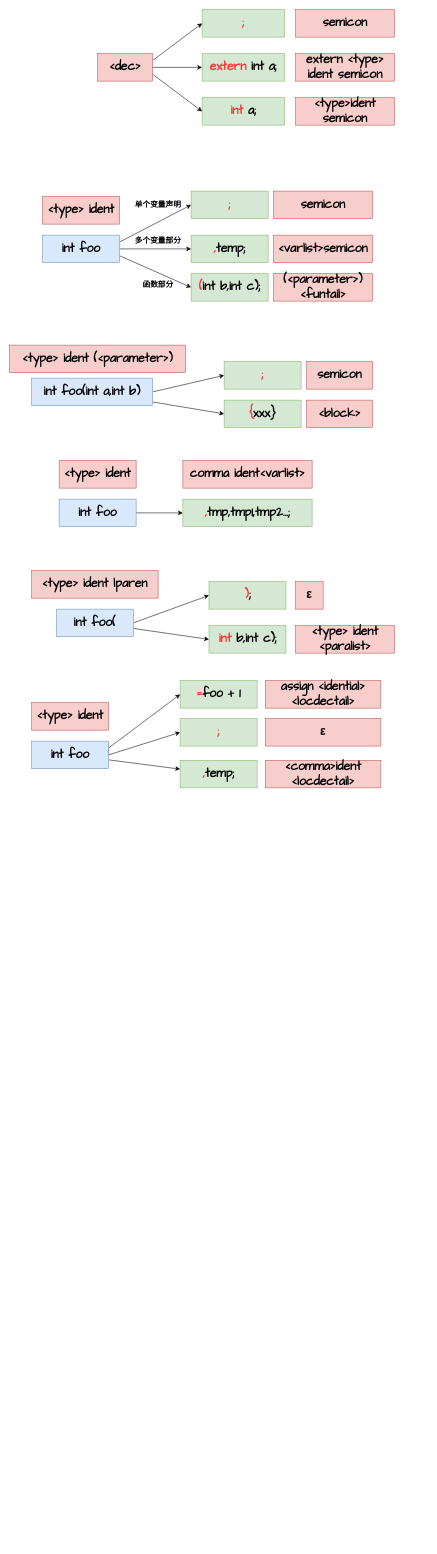
Before: document/src/递归下降.drawio in djh-sudo/tiny-C-Compiler, a draw.io diagram. Source tidied: cells renumbered, new cells numbered last; positions are measured from the earlier drawing's top-left corner, leaving out a move shared by most shapes. Both pictures are drawn from the tidied source at 55%, with x=0, y=0 at pixel (9, 9).
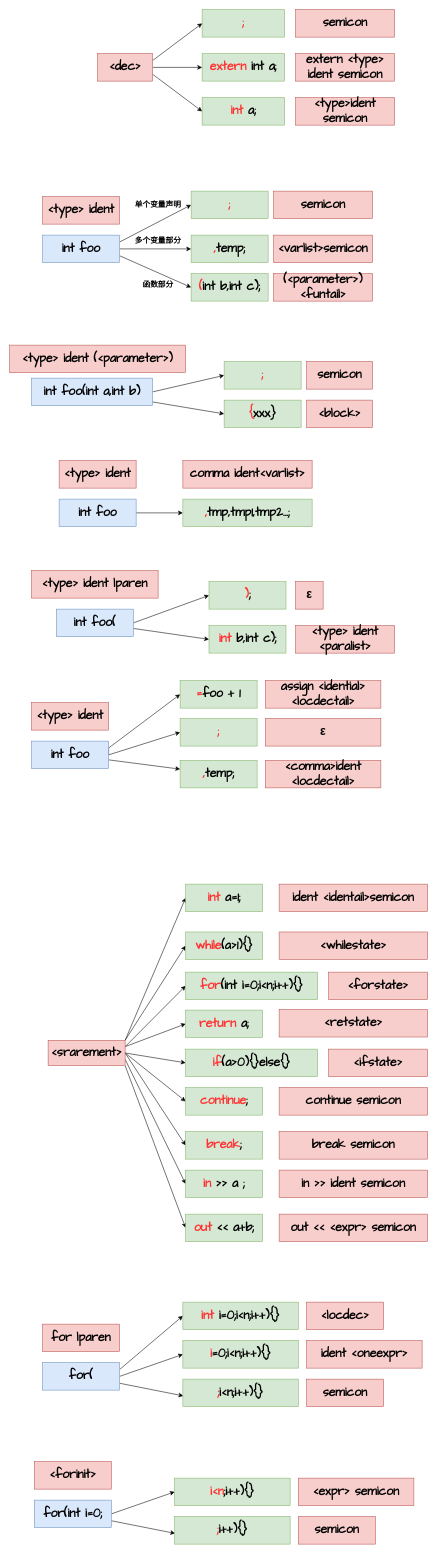
After the change.

What changed in the source:
```diff
@@
+    <mxCell id="58" style="rounded=0;jettySize=auto;html=1;entryX=0;entryY=0.5;entryDx=0;entryDy=0;exitX=1;exitY=0;exitDx=0;exitDy=0;" parent="1" edge="1" source="67" target="68">
+      <mxGeometry relative="1" as="geometry" />
+    </mxCell>
+    <mxCell id="59" style="edgeStyle=none;rounded=0;jettySize=auto;html=1;exitX=1;exitY=0;exitDx=0;exitDy=0;entryX=0;entryY=0.5;entryDx=0;entryDy=0;" parent="1" edge="1" source="67" target="69">
+      <mxGeometry relative="1" as="geometry" />
+    </mxCell>
+    <mxCell id="60" style="edgeStyle=none;rounded=0;jettySize=auto;html=1;exitX=1;exitY=0.25;exitDx=0;exitDy=0;entryX=0;entryY=0.5;entryDx=0;entryDy=0;" parent="1" edge="1" source="67" target="70">
+      <mxGeometry relative="1" as="geometry" />
+    </mxCell>
+    <mxCell id="61" style="edgeStyle=none;rounded=0;jettySize=auto;html=1;exitX=1;exitY=0.25;exitDx=0;exitDy=0;entryX=0;entryY=0.5;entryDx=0;entryDy=0;" parent="1" edge="1" source="67" target="71">
+      <mxGeometry relative="1" as="geometry" />
+    </mxCell>
+    <mxCell id="62" style="edgeStyle=none;rounded=0;jettySize=auto;html=1;exitX=1;exitY=0.5;exitDx=0;exitDy=0;entryX=0;entryY=0.5;entryDx=0;entryDy=0;" parent="1" edge="1" source="67" target="72">
+      <mxGeometry relative="1" as="geometry" />
+    </mxCell>
+    <mxCell id="63" style="edgeStyle=none;rounded=0;jettySize=auto;html=1;exitX=1;exitY=0.5;exitDx=0;exitDy=0;entryX=0;entryY=0.5;entryDx=0;entryDy=0;" parent="1" edge="1" source="67" target="73">
+      <mxGeometry relative="1" as="geometry" />
+    </mxCell>
+    <mxCell id="64" style="edgeStyle=none;rounded=0;jettySize=auto;html=1;exitX=1;exitY=0.75;exitDx=0;exitDy=0;entryX=0;entryY=0.5;entryDx=0;entryDy=0;" parent="1" edge="1" source="67" target="74">
+      <mxGeometry relative="1" as="geometry" />
+    </mxCell>
+    <mxCell id="65" style="edgeStyle=none;rounded=0;jettySize=auto;html=1;exitX=1;exitY=1;exitDx=0;exitDy=0;entryX=0;entryY=0.5;entryDx=0;entryDy=0;" parent="1" edge="1" source="67" target="75">
+      <mxGeometry relative="1" as="geometry" />
+    </mxCell>
+    <mxCell id="66" style="edgeStyle=none;rounded=0;jettySize=auto;html=1;exitX=1;exitY=0.5;exitDx=0;exitDy=0;entryX=0;entryY=0.5;entryDx=0;entryDy=0;" parent="1" edge="1" source="67" target="84">
+      <mxGeometry relative="1" as="geometry" />
+    </mxCell>
+    <mxCell id="67" value="&lt;font face=&quot;Comic Sans MS&quot;&gt;&lt;span style=&quot;font-size: 22px&quot;&gt;&lt;b&gt;&amp;lt;srarement&amp;gt;&lt;/b&gt;&lt;/span&gt;&lt;/font&gt;" style="rounded=0;whiteSpace=wrap;html=1;fillColor=#f8cecc;strokeColor=#b85450;" parent="1" vertex="1">
+      <mxGeometry x="70" y="1874" width="140" height="46" as="geometry" />
+    </mxCell>
+    <mxCell id="68" value="&lt;font face=&quot;Comic Sans MS&quot;&gt;&lt;span style=&quot;font-size: 22px&quot;&gt;&lt;b&gt;&lt;font color=&quot;#ff3333&quot;&gt;int&lt;/font&gt; a=1;&lt;/b&gt;&lt;/span&gt;&lt;/font&gt;" style="rounded=0;whiteSpace=wrap;html=1;fillColor=#d5e8d4;strokeColor=#82b366;" parent="1" vertex="1">
+      <mxGeometry x="320" y="1590" width="140" height="50" as="geometry" />
+    </mxCell>
+    <mxCell id="69" value="&lt;font face=&quot;Comic Sans MS&quot;&gt;&lt;span style=&quot;font-size: 22px&quot;&gt;&lt;b&gt;&lt;font color=&quot;#ff3333&quot;&gt;while&lt;/font&gt;(a&amp;gt;1){}&lt;/b&gt;&lt;/span&gt;&lt;/font&gt;" style="rounded=0;whiteSpace=wrap;html=1;fillColor=#d5e8d4;strokeColor=#82b366;" parent="1" vertex="1">
+      <mxGeometry x="320" y="1677" width="140" height="50" as="geometry" />
+    </mxCell>
+    <mxCell id="70" value="&lt;font face=&quot;Comic Sans MS&quot;&gt;&lt;span style=&quot;font-size: 22px&quot;&gt;&lt;b&gt;&lt;font color=&quot;#ff3333&quot;&gt;for&lt;/font&gt;(int i=0;i&amp;lt;n;i++){}&lt;/b&gt;&lt;/span&gt;&lt;/font&gt;" style="rounded=0;whiteSpace=wrap;html=1;fillColor=#d5e8d4;strokeColor=#82b366;" parent="1" vertex="1">
+      <mxGeometry x="320" y="1750" width="240" height="50" as="geometry" />
+    </mxCell>
+    <mxCell id="71" value="&lt;font face=&quot;Comic Sans MS&quot;&gt;&lt;span style=&quot;font-size: 22px&quot;&gt;&lt;b&gt;&lt;font color=&quot;#ff3333&quot;&gt;return&lt;/font&gt; a;&lt;/b&gt;&lt;/span&gt;&lt;/font&gt;" style="rounded=0;whiteSpace=wrap;html=1;fillColor=#d5e8d4;strokeColor=#82b366;" parent="1" vertex="1">
+      <mxGeometry x="320" y="1819" width="140" height="50" as="geometry" />
+    </mxCell>
+    <mxCell id="72" value="&lt;font face=&quot;Comic Sans MS&quot;&gt;&lt;span style=&quot;font-size: 22px&quot;&gt;&lt;b&gt;&lt;font color=&quot;#ff3333&quot;&gt;continue&lt;/font&gt;;&lt;/b&gt;&lt;/span&gt;&lt;/font&gt;" style="rounded=0;whiteSpace=wrap;html=1;fillColor=#d5e8d4;strokeColor=#82b366;" parent="1" vertex="1">
+      <mxGeometry x="320" y="1960" width="140" height="50" as="geometry" />
+    </mxCell>
+    <mxCell id="73" value="&lt;font face=&quot;Comic Sans MS&quot;&gt;&lt;span style=&quot;font-size: 22px&quot;&gt;&lt;b&gt;&lt;font color=&quot;#ff3333&quot;&gt;break&lt;/font&gt;;&lt;/b&gt;&lt;/span&gt;&lt;/font&gt;" style="rounded=0;whiteSpace=wrap;html=1;fillColor=#d5e8d4;strokeColor=#82b366;" parent="1" vertex="1">
+      <mxGeometry x="320" y="2040" width="140" height="50" as="geometry" />
+    </mxCell>
+    <mxCell id="74" value="&lt;font face=&quot;Comic Sans MS&quot;&gt;&lt;span style=&quot;font-size: 22px&quot;&gt;&lt;b&gt;&lt;font color=&quot;#ff3333&quot;&gt;in &lt;/font&gt;&amp;gt;&amp;gt; a&lt;font color=&quot;#ff3333&quot;&gt;&amp;nbsp;&lt;/font&gt;;&lt;/b&gt;&lt;/span&gt;&lt;/font&gt;" style="rounded=0;whiteSpace=wrap;html=1;fillColor=#d5e8d4;strokeColor=#82b366;" parent="1" vertex="1">
+      <mxGeometry x="320" y="2110" width="140" height="50" as="geometry" />
+    </mxCell>
+    <mxCell id="75" value="&lt;font face=&quot;Comic Sans MS&quot;&gt;&lt;span style=&quot;font-size: 22px&quot;&gt;&lt;b&gt;&lt;font color=&quot;#ff3333&quot;&gt;out &lt;/font&gt;&amp;lt;&amp;lt; a+b;&lt;/b&gt;&lt;/span&gt;&lt;/font&gt;" style="rounded=0;whiteSpace=wrap;html=1;fillColor=#d5e8d4;strokeColor=#82b366;" parent="1" vertex="1">
+      <mxGeometry x="320" y="2190" width="140" height="50" as="geometry" />
+    </mxCell>
+    <mxCell id="76" value="&lt;font face=&quot;Comic Sans MS&quot;&gt;&lt;span style=&quot;font-size: 22px&quot;&gt;&lt;b&gt;ident &amp;lt;identail&amp;gt;semicon&lt;/b&gt;&lt;/span&gt;&lt;/font&gt;" style="rounded=0;whiteSpace=wrap;html=1;fillColor=#f8cecc;strokeColor=#b85450;" parent="1" vertex="1">
+      <mxGeometry x="490" y="1590" width="270" height="50" as="geometry" />
+    </mxCell>
+    <mxCell id="77" value="&lt;font face=&quot;Comic Sans MS&quot;&gt;&lt;span style=&quot;font-size: 22px&quot;&gt;&lt;b&gt;&amp;lt;whilestate&amp;gt;&lt;/b&gt;&lt;/span&gt;&lt;/font&gt;" style="rounded=0;whiteSpace=wrap;html=1;fillColor=#f8cecc;strokeColor=#b85450;" parent="1" vertex="1">
+      <mxGeometry x="490" y="1677" width="270" height="50" as="geometry" />
+    </mxCell>
+    <mxCell id="78" value="&lt;font face=&quot;Comic Sans MS&quot;&gt;&lt;span style=&quot;font-size: 22px&quot;&gt;&lt;b&gt;&amp;lt;forstate&amp;gt;&lt;/b&gt;&lt;/span&gt;&lt;/font&gt;" style="rounded=0;whiteSpace=wrap;html=1;fillColor=#f8cecc;strokeColor=#b85450;" parent="1" vertex="1">
+      <mxGeometry x="580" y="1750" width="180" height="50" as="geometry" />
+    </mxCell>
+    <mxCell id="79" value="&lt;font face=&quot;Comic Sans MS&quot;&gt;&lt;span style=&quot;font-size: 22px&quot;&gt;&lt;b&gt;&amp;lt;retstate&amp;gt;&lt;/b&gt;&lt;/span&gt;&lt;/font&gt;" style="rounded=0;whiteSpace=wrap;html=1;fillColor=#f8cecc;strokeColor=#b85450;" parent="1" vertex="1">
+      <mxGeometry x="490" y="1818" width="270" height="50" as="geometry" />
+    </mxCell>
+    <mxCell id="80" value="&lt;font face=&quot;Comic Sans MS&quot;&gt;&lt;span style=&quot;font-size: 22px&quot;&gt;&lt;b&gt;continue semicon&lt;/b&gt;&lt;/span&gt;&lt;/font&gt;" style="rounded=0;whiteSpace=wrap;html=1;fillColor=#f8cecc;strokeColor=#b85450;" parent="1" vertex="1">
+      <mxGeometry x="490" y="1960" width="270" height="50" as="geometry" />
+    </mxCell>
+    <mxCell id="81" value="&lt;font face=&quot;Comic Sans MS&quot;&gt;&lt;span style=&quot;font-size: 22px&quot;&gt;&lt;b&gt;break semicon&lt;/b&gt;&lt;/span&gt;&lt;/font&gt;" style="rounded=0;whiteSpace=wrap;html=1;fillColor=#f8cecc;strokeColor=#b85450;" parent="1" vertex="1">
+      <mxGeometry x="490" y="2040" width="270" height="50" as="geometry" />
+    </mxCell>
+    <mxCell id="82" value="&lt;font face=&quot;Comic Sans MS&quot;&gt;&lt;span style=&quot;font-size: 22px&quot;&gt;&lt;b&gt;in &amp;gt;&amp;gt; ident semicon&lt;/b&gt;&lt;/span&gt;&lt;/font&gt;" style="rounded=0;whiteSpace=wrap;html=1;fillColor=#f8cecc;strokeColor=#b85450;" parent="1" vertex="1">
+      <mxGeometry x="490" y="2110" width="270" height="50" as="geometry" />
+    </mxCell>
+    <mxCell id="83" value="&lt;font face=&quot;Comic Sans MS&quot;&gt;&lt;span style=&quot;font-size: 22px&quot;&gt;&lt;b&gt;out &amp;lt;&amp;lt; &amp;lt;expr&amp;gt; semicon&lt;/b&gt;&lt;/span&gt;&lt;/font&gt;" style="rounded=0;whiteSpace=wrap;html=1;fillColor=#f8cecc;strokeColor=#b85450;" parent="1" vertex="1">
+      <mxGeometry x="490" y="2190" width="270" height="50" as="geometry" />
+    </mxCell>
+    <mxCell id="84" value="&lt;font face=&quot;Comic Sans MS&quot;&gt;&lt;span style=&quot;font-size: 22px&quot;&gt;&lt;b&gt;&lt;font color=&quot;#ff3333&quot;&gt;if&lt;/font&gt;(a&amp;gt;0){}else{}&lt;/b&gt;&lt;/span&gt;&lt;/font&gt;" style="rounded=0;whiteSpace=wrap;html=1;fillColor=#d5e8d4;strokeColor=#82b366;" parent="1" vertex="1">
+      <mxGeometry x="320" y="1890" width="240" height="50" as="geometry" />
+    </mxCell>
+    <mxCell id="85" value="&lt;font face=&quot;Comic Sans MS&quot;&gt;&lt;span style=&quot;font-size: 22px&quot;&gt;&lt;b&gt;&amp;lt;ifstate&amp;gt;&lt;/b&gt;&lt;/span&gt;&lt;/font&gt;" style="rounded=0;whiteSpace=wrap;html=1;fillColor=#f8cecc;strokeColor=#b85450;" parent="1" vertex="1">
+      <mxGeometry x="580" y="1890" width="180" height="50" as="geometry" />
+    </mxCell>
+    <mxCell id="86" style="edgeStyle=none;rounded=0;jettySize=auto;html=1;exitX=1;exitY=0.25;exitDx=0;exitDy=0;entryX=0;entryY=0.5;entryDx=0;entryDy=0;" parent="1" edge="1" source="89" target="91">
+      <mxGeometry relative="1" as="geometry" />
+    </mxCell>
+    <mxCell id="87" style="edgeStyle=none;rounded=0;jettySize=auto;html=1;entryX=0;entryY=0.5;entryDx=0;entryDy=0;exitX=1;exitY=0.5;exitDx=0;exitDy=0;" parent="1" edge="1" source="89" target="92">
+      <mxGeometry relative="1" as="geometry" />
+    </mxCell>
+    <mxCell id="88" style="edgeStyle=none;rounded=0;jettySize=auto;html=1;exitX=1;exitY=0.75;exitDx=0;exitDy=0;entryX=0.004;entryY=0.61;entryDx=0;entryDy=0;entryPerimeter=0;" parent="1" edge="1" source="89" target="93">
+      <mxGeometry relative="1" as="geometry" />
+    </mxCell>
+    <mxCell id="89" value="&lt;b&gt;&lt;font face=&quot;Comic Sans MS&quot; style=&quot;font-size: 22px&quot;&gt;for(&lt;/font&gt;&lt;/b&gt;" style="rounded=0;whiteSpace=wrap;html=1;fillColor=#dae8fc;strokeColor=#6c8ebf;" parent="1" vertex="1">
+      <mxGeometry x="60" y="2460" width="140" height="50" as="geometry" />
+    </mxCell>
+    <mxCell id="90" value="&lt;b&gt;&lt;font face=&quot;Comic Sans MS&quot; style=&quot;font-size: 22px&quot;&gt;for lparen&lt;/font&gt;&lt;/b&gt;" style="rounded=0;whiteSpace=wrap;html=1;fillColor=#f8cecc;strokeColor=#b85450;" parent="1" vertex="1">
+      <mxGeometry x="60" y="2390" width="140" height="50" as="geometry" />
+    </mxCell>
+    <mxCell id="91" value="&lt;font face=&quot;Comic Sans MS&quot;&gt;&lt;span style=&quot;font-size: 22px&quot;&gt;&lt;b&gt;&lt;font color=&quot;#ff3333&quot;&gt;int&lt;/font&gt; i=0;i&amp;lt;n;i++){}&lt;/b&gt;&lt;/span&gt;&lt;/font&gt;" style="rounded=0;whiteSpace=wrap;html=1;fillColor=#d5e8d4;strokeColor=#82b366;" parent="1" vertex="1">
+      <mxGeometry x="315" y="2350" width="210" height="50" as="geometry" />
+    </mxCell>
+    <mxCell id="92" value="&lt;font face=&quot;Comic Sans MS&quot;&gt;&lt;span style=&quot;font-size: 22px&quot;&gt;&lt;b&gt;&lt;font color=&quot;#ff3333&quot;&gt;i&lt;/font&gt;=0;i&amp;lt;n;i++){}&lt;/b&gt;&lt;/span&gt;&lt;/font&gt;" style="rounded=0;whiteSpace=wrap;html=1;fillColor=#d5e8d4;strokeColor=#82b366;" parent="1" vertex="1">
+      <mxGeometry x="315" y="2420" width="210" height="50" as="geometry" />
+    </mxCell>
+    <mxCell id="93" value="&lt;font face=&quot;Comic Sans MS&quot;&gt;&lt;span style=&quot;font-size: 22px&quot;&gt;&lt;b&gt;&lt;font color=&quot;#ff3333&quot;&gt;;&lt;/font&gt;i&amp;lt;n;i++){}&lt;/b&gt;&lt;/span&gt;&lt;/font&gt;" style="rounded=0;whiteSpace=wrap;html=1;fillColor=#d5e8d4;strokeColor=#82b366;" parent="1" vertex="1">
+      <mxGeometry x="315" y="2490" width="210" height="50" as="geometry" />
+    </mxCell>
+    <mxCell id="94" value="&lt;font face=&quot;Comic Sans MS&quot;&gt;&lt;span style=&quot;font-size: 22px&quot;&gt;&lt;b&gt;&amp;lt;locdec&amp;gt;&lt;/b&gt;&lt;/span&gt;&lt;/font&gt;" style="rounded=0;whiteSpace=wrap;html=1;fillColor=#f8cecc;strokeColor=#b85450;" parent="1" vertex="1">
+      <mxGeometry x="540" y="2350" width="140" height="50" as="geometry" />
+    </mxCell>
+    <mxCell id="95" value="&lt;font face=&quot;Comic Sans MS&quot;&gt;&lt;span style=&quot;font-size: 22px&quot;&gt;&lt;b&gt;ident &amp;lt;oneexpr&amp;gt;&lt;/b&gt;&lt;/span&gt;&lt;/font&gt;" style="rounded=0;whiteSpace=wrap;html=1;fillColor=#f8cecc;strokeColor=#b85450;" parent="1" vertex="1">
+      <mxGeometry x="540" y="2420" width="210" height="50" as="geometry" />
+    </mxCell>
+    <mxCell id="96" value="&lt;font face=&quot;Comic Sans MS&quot;&gt;&lt;span style=&quot;font-size: 22px&quot;&gt;&lt;b&gt;semicon&lt;/b&gt;&lt;/span&gt;&lt;/font&gt;" style="rounded=0;whiteSpace=wrap;html=1;fillColor=#f8cecc;strokeColor=#b85450;" parent="1" vertex="1">
+      <mxGeometry x="540" y="2490" width="140" height="50" as="geometry" />
+    </mxCell>
+    <mxCell id="97" style="edgeStyle=none;rounded=0;jettySize=auto;html=1;entryX=0;entryY=0.5;entryDx=0;entryDy=0;exitX=1;exitY=0.5;exitDx=0;exitDy=0;" parent="1" edge="1" source="99" target="101">
+      <mxGeometry relative="1" as="geometry" />
+    </mxCell>
+    <mxCell id="98" style="edgeStyle=none;rounded=0;jettySize=auto;html=1;exitX=1;exitY=0.75;exitDx=0;exitDy=0;entryX=0.004;entryY=0.61;entryDx=0;entryDy=0;entryPerimeter=0;" parent="1" edge="1" source="99" target="102">
+      <mxGeometry relative="1" as="geometry" />
+    </mxCell>
+    <mxCell id="99" value="&lt;b&gt;&lt;font face=&quot;Comic Sans MS&quot; style=&quot;font-size: 22px&quot;&gt;for(int i=0;&lt;/font&gt;&lt;/b&gt;" style="rounded=0;whiteSpace=wrap;html=1;fillColor=#dae8fc;strokeColor=#6c8ebf;" parent="1" vertex="1">
+      <mxGeometry x="45" y="2710" width="140" height="50" as="geometry" />
+    </mxCell>
+    <mxCell id="100" value="&lt;font face=&quot;Comic Sans MS&quot;&gt;&lt;span style=&quot;font-size: 22px&quot;&gt;&lt;b&gt;&amp;lt;forinit&amp;gt;&lt;/b&gt;&lt;/span&gt;&lt;/font&gt;" style="rounded=0;whiteSpace=wrap;html=1;fillColor=#f8cecc;strokeColor=#b85450;" parent="1" vertex="1">
+      <mxGeometry x="45" y="2640" width="140" height="50" as="geometry" />
+    </mxCell>
+    <mxCell id="101" value="&lt;font face=&quot;Comic Sans MS&quot;&gt;&lt;span style=&quot;font-size: 22px&quot;&gt;&lt;b&gt;&lt;font color=&quot;#ff3333&quot;&gt;i&amp;lt;n&lt;/font&gt;;i++){}&lt;/b&gt;&lt;/span&gt;&lt;/font&gt;" style="rounded=0;whiteSpace=wrap;html=1;fillColor=#d5e8d4;strokeColor=#82b366;" parent="1" vertex="1">
+      <mxGeometry x="300" y="2670" width="210" height="50" as="geometry" />
+    </mxCell>
+    <mxCell id="102" value="&lt;font face=&quot;Comic Sans MS&quot;&gt;&lt;span style=&quot;font-size: 22px&quot;&gt;&lt;b&gt;&lt;font color=&quot;#ff3333&quot;&gt;;&lt;/font&gt;i++){}&lt;/b&gt;&lt;/span&gt;&lt;/font&gt;" style="rounded=0;whiteSpace=wrap;html=1;fillColor=#d5e8d4;strokeColor=#82b366;" parent="1" vertex="1">
+      <mxGeometry x="300" y="2740" width="210" height="50" as="geometry" />
+    </mxCell>
+    <mxCell id="103" value="&lt;font face=&quot;Comic Sans MS&quot;&gt;&lt;span style=&quot;font-size: 22px&quot;&gt;&lt;b&gt;&amp;lt;expr&amp;gt; semicon&lt;/b&gt;&lt;/span&gt;&lt;/font&gt;" style="rounded=0;whiteSpace=wrap;html=1;fillColor=#f8cecc;strokeColor=#b85450;" parent="1" vertex="1">
+      <mxGeometry x="525" y="2670" width="210" height="50" as="geometry" />
+    </mxCell>
+    <mxCell id="104" value="&lt;font face=&quot;Comic Sans MS&quot;&gt;&lt;span style=&quot;font-size: 22px&quot;&gt;&lt;b&gt;semicon&lt;/b&gt;&lt;/span&gt;&lt;/font&gt;" style="rounded=0;whiteSpace=wrap;html=1;fillColor=#f8cecc;strokeColor=#b85450;" parent="1" vertex="1">
+      <mxGeometry x="525" y="2740" width="140" height="50" as="geometry" />
+    </mxCell>
```
